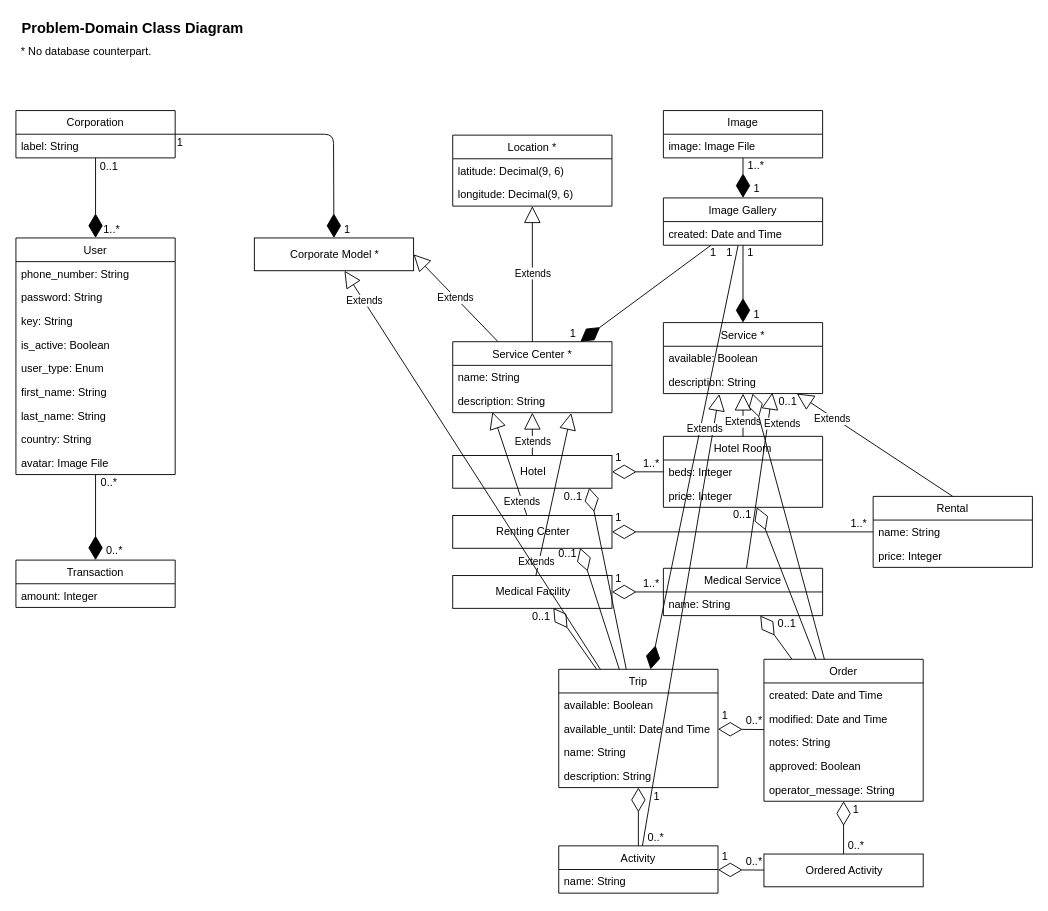
This is class-diagrams/Class Diagrams.drawio from farahmand-m/software-engineering-assignments, a draw.io file, before an edit. Source tidied: cells renumbered, new cells numbered last; positions are measured from the earlier drawing's top-left corner, leaving out a move shared by most shapes. Both pictures are drawn from the tidied source at 91%, with x=0, y=0 at pixel (15, 15).
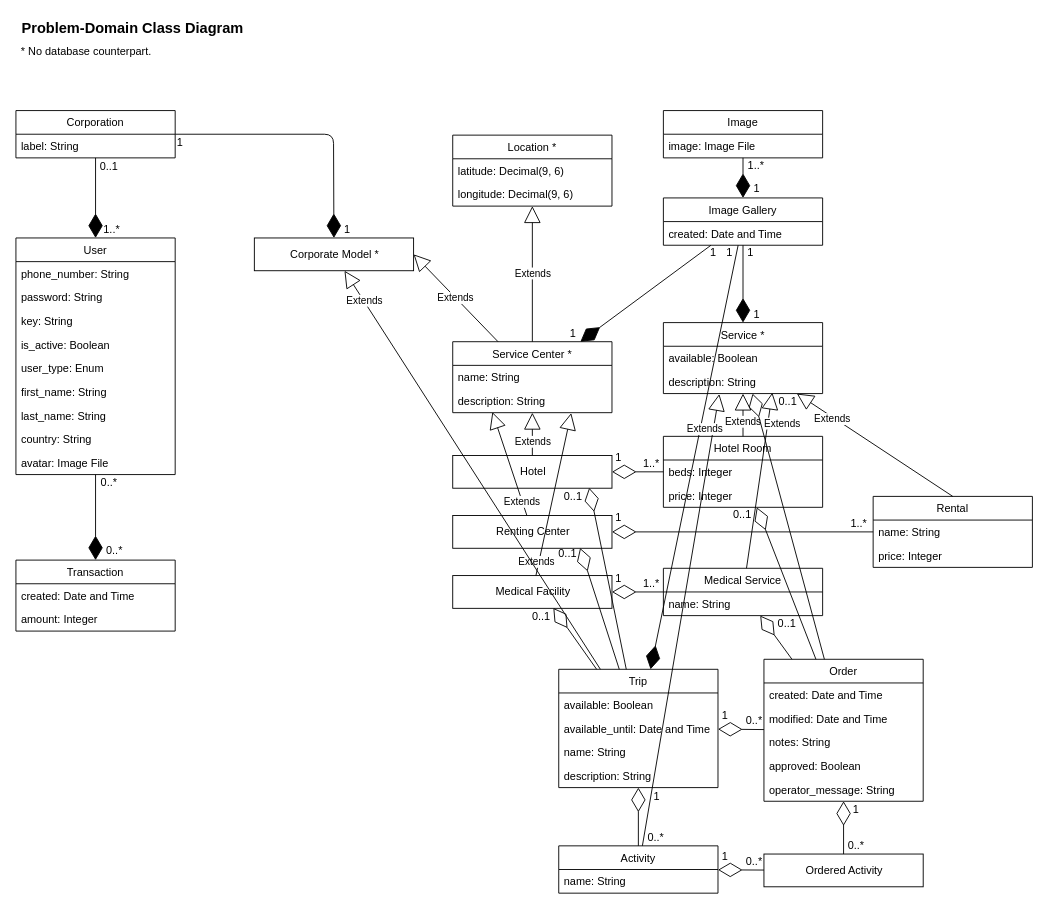
Above is the later version.

Commit message:
Updated the Class Diagrams.

Diff of the diagram source:
```diff
@@
     <mxCell id="111" value="Transaction" style="swimlane;fontStyle=0;horizontal=1;startSize=26;fillColor=none;" parent="1" vertex="1">
-      <mxGeometry y="598" width="175" height="52" as="geometry" />
+      <mxGeometry y="598" width="175" height="78" as="geometry" />
     </mxCell>
+    <mxCell id="120" value="created: Date and Time" style="text;strokeColor=none;fillColor=none;align=left;verticalAlign=top;spacingLeft=4;spacingRight=4;overflow=hidden;" parent="111" vertex="1">
+      <mxGeometry y="26" width="175" height="26" as="geometry" />
+    </mxCell>
     <mxCell id="112" value="amount: Integer" style="text;strokeColor=none;fillColor=none;align=left;verticalAlign=top;spacingLeft=4;spacingRight=4;overflow=hidden;" parent="111" vertex="1">
-      <mxGeometry y="26" width="175" height="26" as="geometry" />
+      <mxGeometry y="52" width="175" height="26" as="geometry" />
     </mxCell>
```
